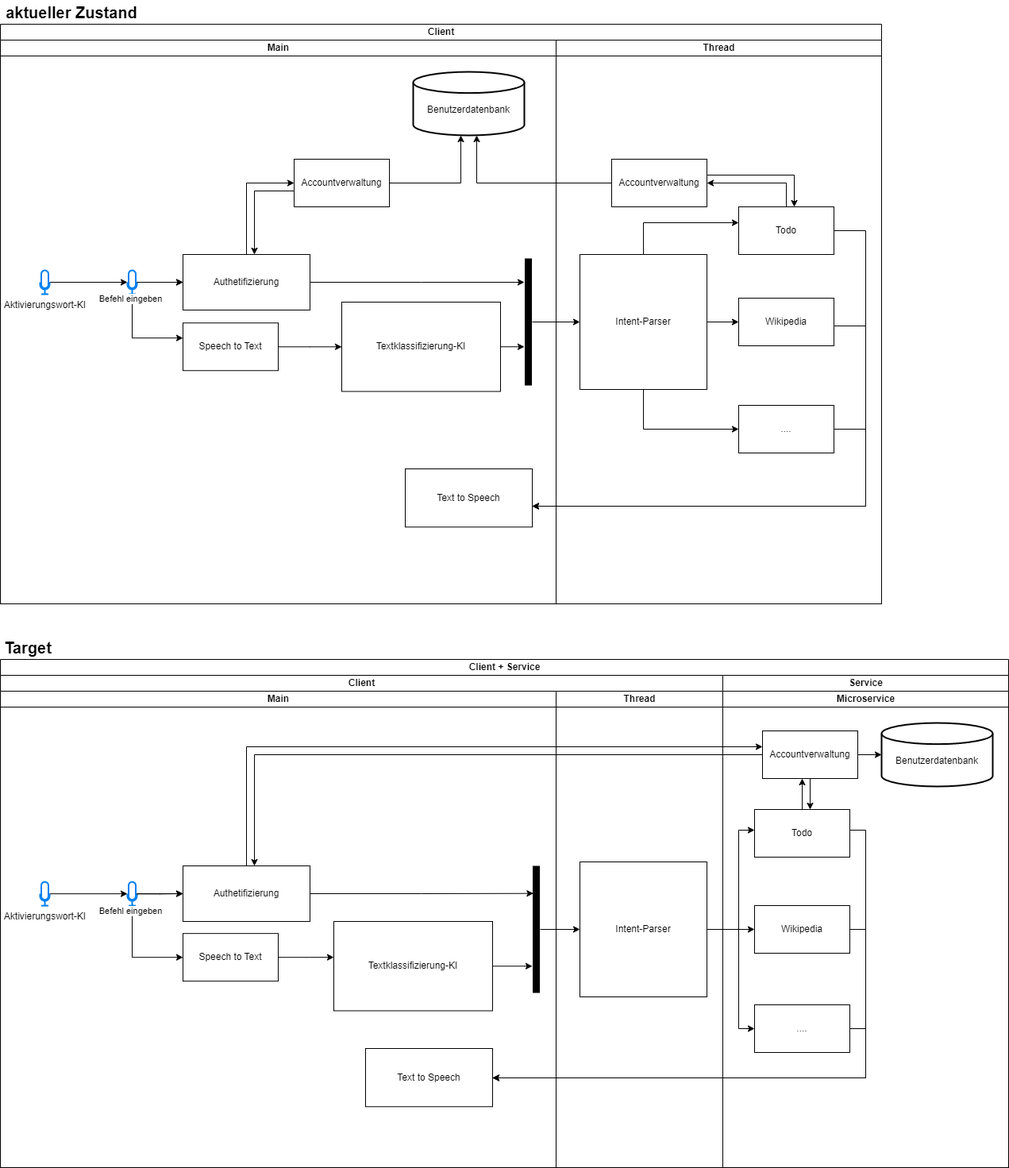
Earlier version of the draw.io export docs/docs_image/aktivitätsdiagramm.drawio.png (anastasia98s/PS2). Source tidied: cells renumbered, new cells last; positions are measured from the earlier drawing's top-left corner, leaving out a move shared by most shapes.
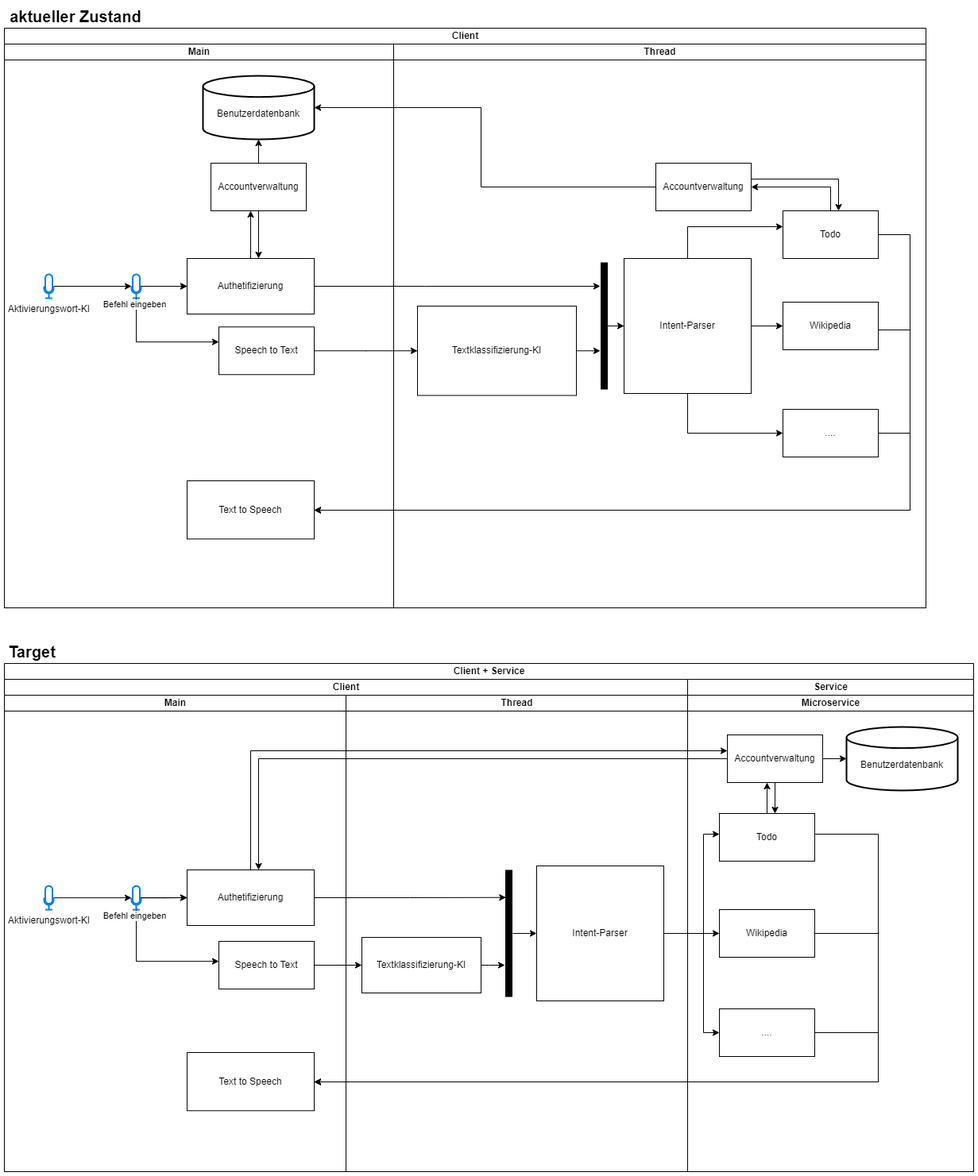
The same file after the commit.

What changed in the source:
```diff
@@ -3,46 +3,28 @@
     <mxCell id="0" />
     <mxCell id="1" parent="0" />
     <mxCell id="2" value="Client" style="swimlane;startSize=20;html=1;" parent="1" vertex="1">
-      <mxGeometry y="30" width="1110" height="730" as="geometry" />
+      <mxGeometry y="30" width="1160" height="730" as="geometry" />
     </mxCell>
     <mxCell id="3" value="Main" style="swimlane;startSize=20;html=1;" parent="2" vertex="1">
-      <mxGeometry y="20" width="700" height="710" as="geometry" />
+      <mxGeometry y="20" width="490" height="710" as="geometry" />
     </mxCell>
     <mxCell id="4" value="Text to Speech" style="rounded=0;whiteSpace=wrap;html=1;" parent="3" vertex="1">
-      <mxGeometry x="510" y="540" width="160" height="73.3" as="geometry" />
+      <mxGeometry x="230" y="550" width="160" height="73.3" as="geometry" />
     </mxCell>
     <mxCell id="5" style="edgeStyle=orthogonalEdgeStyle;rounded=0;jettySize=auto;html=1;" parent="3" edge="1" source="6" target="7">
-      <mxGeometry relative="1" as="geometry">
-        <Array as="points">
-          <mxPoint x="580" y="180" />
-        </Array>
-      </mxGeometry>
+      <mxGeometry relative="1" as="geometry" />
     </mxCell>
     <mxCell id="6" value="Accountverwaltung" style="rounded=0;whiteSpace=wrap;html=1;" parent="3" vertex="1">
-      <mxGeometry x="370" y="150" width="120" height="60" as="geometry" />
+      <mxGeometry x="260" y="150" width="120" height="60" as="geometry" />
     </mxCell>
     <mxCell id="7" value="&lt;br&gt;Benutzerdatenbank" style="strokeWidth=2;html=1;shape=mxgraph.flowchart.database;whiteSpace=wrap;" parent="3" vertex="1">
-      <mxGeometry x="520" y="40" width="140" height="80" as="geometry" />
+      <mxGeometry x="250" y="40" width="140" height="80" as="geometry" />
     </mxCell>
-    <mxCell id="8" style="edgeStyle=orthogonalEdgeStyle;rounded=0;jettySize=auto;html=1;" parent="3" edge="1" source="9" target="23">
-      <mxGeometry relative="1" as="geometry">
-        <Array as="points">
-          <mxPoint x="660" y="386" />
-          <mxPoint x="660" y="386" />
-        </Array>
-      </mxGeometry>
-    </mxCell>
-    <mxCell id="9" value="Textklassifizierung-KI" style="rounded=0;whiteSpace=wrap;html=1;" parent="3" vertex="1">
-      <mxGeometry x="430" y="330" width="200" height="112.5" as="geometry" />
-    </mxCell>
     <mxCell id="10" style="html=1;verticalLabelPosition=bottom;align=center;labelBackgroundColor=#ffffff;verticalAlign=top;strokeWidth=2;strokeColor=#0080F0;shadow=0;dashed=0;shape=mxgraph.ios7.icons.microphone;" parent="3" vertex="1">
       <mxGeometry x="160" y="290" width="12" height="30" as="geometry" />
     </mxCell>
-    <mxCell id="11" style="edgeStyle=orthogonalEdgeStyle;rounded=0;jettySize=auto;html=1;" parent="3" edge="1" source="12" target="9">
-      <mxGeometry relative="1" as="geometry" />
-    </mxCell>
     <mxCell id="12" value="Speech to Text" style="rounded=0;whiteSpace=wrap;html=1;" parent="3" vertex="1">
-      <mxGeometry x="230" y="356.2" width="120" height="60" as="geometry" />
+      <mxGeometry x="270" y="356.2" width="120" height="60" as="geometry" />
     </mxCell>
     <mxCell id="13" style="edgeStyle=orthogonalEdgeStyle;rounded=0;jettySize=auto;html=1;" parent="3" edge="1" source="10" target="12">
       <mxGeometry relative="1" as="geometry">
@@ -63,14 +45,6 @@
     <mxCell id="17" style="edgeStyle=orthogonalEdgeStyle;rounded=0;jettySize=auto;html=1;" parent="3" edge="1" source="10" target="19">
       <mxGeometry relative="1" as="geometry" />
     </mxCell>
-    <mxCell id="18" style="edgeStyle=orthogonalEdgeStyle;rounded=0;jettySize=auto;html=1;" parent="3" edge="1" source="19" target="23">
-      <mxGeometry relative="1" as="geometry">
-        <Array as="points">
-          <mxPoint x="530" y="305" />
-          <mxPoint x="530" y="305" />
-        </Array>
-      </mxGeometry>
-    </mxCell>
     <mxCell id="19" value="Authetifizierung" style="rounded=0;whiteSpace=wrap;html=1;" parent="3" vertex="1">
       <mxGeometry x="230" y="270" width="160" height="70" as="geometry" />
     </mxCell>
@@ -91,79 +65,93 @@
     <mxCell id="22" style="edgeStyle=orthogonalEdgeStyle;rounded=0;jettySize=auto;html=1;" parent="3" edge="1" source="10" target="19">
       <mxGeometry relative="1" as="geometry" />
     </mxCell>
-    <mxCell id="23" style="line;strokeWidth=9;direction=south;html=1;" parent="3" vertex="1">
-      <mxGeometry x="660" y="275" width="10" height="160" as="geometry" />
-    </mxCell>
     <mxCell id="24" value="Thread" style="swimlane;startSize=20;html=1;" parent="2" vertex="1">
-      <mxGeometry x="700" y="20" width="410" height="710" as="geometry" />
+      <mxGeometry x="490" y="20" width="670" height="710" as="geometry" />
     </mxCell>
     <mxCell id="25" value="Intent-Parser" style="rounded=0;whiteSpace=wrap;html=1;" parent="24" vertex="1">
-      <mxGeometry x="30" y="270" width="160" height="170" as="geometry" />
+      <mxGeometry x="290" y="270" width="160" height="170" as="geometry" />
     </mxCell>
     <mxCell id="26" style="edgeStyle=orthogonalEdgeStyle;rounded=0;jettySize=auto;html=1;" parent="24" edge="1" source="27" target="34">
       <mxGeometry relative="1" as="geometry">
         <Array as="points">
-          <mxPoint x="290" y="180" />
+          <mxPoint x="550" y="180" />
         </Array>
       </mxGeometry>
     </mxCell>
     <mxCell id="27" value="Todo" style="rounded=0;whiteSpace=wrap;html=1;" parent="24" vertex="1">
-      <mxGeometry x="230" y="210" width="120" height="60" as="geometry" />
+      <mxGeometry x="490" y="210" width="120" height="60" as="geometry" />
     </mxCell>
     <mxCell id="28" style="edgeStyle=orthogonalEdgeStyle;rounded=0;jettySize=auto;html=1;" parent="24" edge="1" source="25" target="27">
       <mxGeometry relative="1" as="geometry">
         <Array as="points">
-          <mxPoint x="110" y="230" />
+          <mxPoint x="370" y="230" />
         </Array>
       </mxGeometry>
     </mxCell>
     <mxCell id="29" value="Wikipedia" style="rounded=0;whiteSpace=wrap;html=1;" parent="24" vertex="1">
-      <mxGeometry x="230" y="325" width="120" height="60" as="geometry" />
+      <mxGeometry x="490" y="325" width="120" height="60" as="geometry" />
     </mxCell>
     <mxCell id="30" style="edgeStyle=orthogonalEdgeStyle;rounded=0;jettySize=auto;html=1;" parent="24" edge="1" source="25" target="29">
       <mxGeometry relative="1" as="geometry" />
     </mxCell>
     <mxCell id="31" value="...." style="rounded=0;whiteSpace=wrap;html=1;" parent="24" vertex="1">
-      <mxGeometry x="230" y="460" width="120" height="60" as="geometry" />
+      <mxGeometry x="490" y="460" width="120" height="60" as="geometry" />
     </mxCell>
     <mxCell id="32" style="edgeStyle=orthogonalEdgeStyle;rounded=0;jettySize=auto;html=1;" parent="24" edge="1" source="25" target="31">
       <mxGeometry relative="1" as="geometry">
         <Array as="points">
-          <mxPoint x="110" y="490" />
+          <mxPoint x="370" y="490" />
         </Array>
       </mxGeometry>
     </mxCell>
     <mxCell id="33" style="edgeStyle=orthogonalEdgeStyle;rounded=0;jettySize=auto;html=1;" parent="24" edge="1" source="34" target="27">
       <mxGeometry relative="1" as="geometry">
         <Array as="points">
-          <mxPoint x="300" y="170" />
+          <mxPoint x="560" y="170" />
         </Array>
       </mxGeometry>
     </mxCell>
     <mxCell id="34" value="Accountverwaltung" style="rounded=0;whiteSpace=wrap;html=1;" parent="24" vertex="1">
-      <mxGeometry x="70" y="150" width="120" height="60" as="geometry" />
+      <mxGeometry x="330" y="150" width="120" height="60" as="geometry" />
     </mxCell>
+    <mxCell id="23" style="line;strokeWidth=9;direction=south;html=1;" parent="24" vertex="1">
+      <mxGeometry x="260" y="275" width="10" height="160" as="geometry" />
+    </mxCell>
+    <mxCell id="39" style="edgeStyle=orthogonalEdgeStyle;rounded=0;jettySize=auto;html=1;" parent="24" edge="1" source="23" target="25">
+      <mxGeometry relative="1" as="geometry" />
+    </mxCell>
+    <mxCell id="8" style="edgeStyle=orthogonalEdgeStyle;rounded=0;jettySize=auto;html=1;" parent="24" edge="1" source="9" target="23">
+      <mxGeometry relative="1" as="geometry">
+        <Array as="points">
+          <mxPoint x="250" y="386" />
+          <mxPoint x="250" y="386" />
+        </Array>
+      </mxGeometry>
+    </mxCell>
+    <mxCell id="9" value="Textklassifizierung-KI" style="rounded=0;whiteSpace=wrap;html=1;" parent="24" vertex="1">
+      <mxGeometry x="30" y="330" width="200" height="112.5" as="geometry" />
+    </mxCell>
     <mxCell id="35" style="edgeStyle=orthogonalEdgeStyle;rounded=0;jettySize=auto;html=1;" parent="2" edge="1" source="27" target="4">
       <mxGeometry relative="1" as="geometry">
         <Array as="points">
-          <mxPoint x="1090" y="260" />
-          <mxPoint x="1090" y="607" />
+          <mxPoint x="1140" y="260" />
+          <mxPoint x="1140" y="607" />
         </Array>
       </mxGeometry>
     </mxCell>
     <mxCell id="36" style="edgeStyle=orthogonalEdgeStyle;rounded=0;jettySize=auto;html=1;" parent="2" edge="1" source="29" target="4">
       <mxGeometry relative="1" as="geometry">
         <Array as="points">
-          <mxPoint x="1090" y="380" />
-          <mxPoint x="1090" y="607" />
+          <mxPoint x="1140" y="380" />
+          <mxPoint x="1140" y="607" />
         </Array>
       </mxGeometry>
     </mxCell>
     <mxCell id="37" style="edgeStyle=orthogonalEdgeStyle;rounded=0;jettySize=auto;html=1;" parent="2" edge="1" source="31" target="4">
       <mxGeometry relative="1" as="geometry">
         <Array as="points">
-          <mxPoint x="1090" y="510" />
-          <mxPoint x="1090" y="607" />
+          <mxPoint x="1140" y="510" />
+          <mxPoint x="1140" y="607" />
         </Array>
       </mxGeometry>
     </mxCell>
@@ -174,23 +162,31 @@
         </Array>
       </mxGeometry>
     </mxCell>
-    <mxCell id="39" style="edgeStyle=orthogonalEdgeStyle;rounded=0;jettySize=auto;html=1;" parent="2" edge="1" source="23" target="25">
-      <mxGeometry relative="1" as="geometry" />
-    </mxCell>
+    <mxCell id="18" style="edgeStyle=orthogonalEdgeStyle;rounded=0;jettySize=auto;html=1;" parent="2" edge="1" source="19" target="23">
+      <mxGeometry relative="1" as="geometry">
+        <Array as="points">
+          <mxPoint x="530" y="325" />
+          <mxPoint x="530" y="325" />
+        </Array>
+      </mxGeometry>
+    </mxCell>
+    <mxCell id="11" style="edgeStyle=orthogonalEdgeStyle;rounded=0;jettySize=auto;html=1;" parent="2" edge="1" source="12" target="9">
+      <mxGeometry relative="1" as="geometry" />
+    </mxCell>
     <mxCell id="40" value="Client + Service" style="swimlane;startSize=20;html=1;" parent="1" vertex="1">
-      <mxGeometry y="830" width="1270" height="640" as="geometry" />
+      <mxGeometry y="830" width="1220" height="640" as="geometry" />
     </mxCell>
     <mxCell id="41" value="Client" style="swimlane;startSize=20;html=1;" parent="40" vertex="1">
-      <mxGeometry y="20" width="910" height="620" as="geometry" />
+      <mxGeometry y="20" width="860" height="620" as="geometry" />
     </mxCell>
     <mxCell id="42" value="Main" style="swimlane;startSize=20;html=1;" parent="41" vertex="1">
-      <mxGeometry y="20" width="700" height="600" as="geometry" />
+      <mxGeometry y="20" width="430" height="600" as="geometry" />
     </mxCell>
     <mxCell id="43" style="html=1;verticalLabelPosition=bottom;align=center;labelBackgroundColor=#ffffff;verticalAlign=top;strokeWidth=2;strokeColor=#0080F0;shadow=0;dashed=0;shape=mxgraph.ios7.icons.microphone;" parent="42" vertex="1">
       <mxGeometry x="160" y="240.2" width="12" height="30" as="geometry" />
     </mxCell>
     <mxCell id="44" value="Speech to Text" style="rounded=0;whiteSpace=wrap;html=1;" parent="42" vertex="1">
-      <mxGeometry x="230" y="305.2" width="120" height="60" as="geometry" />
+      <mxGeometry x="270" y="310" width="120" height="60" as="geometry" />
     </mxCell>
     <mxCell id="45" style="edgeStyle=orthogonalEdgeStyle;rounded=0;jettySize=auto;html=1;" parent="42" edge="1" source="43" target="44">
       <mxGeometry relative="1" as="geometry">
@@ -202,20 +198,6 @@
     <mxCell id="46" value="Befehl eingeben" style="edgeLabel;html=1;align=center;verticalAlign=middle;" parent="45" vertex="1">
       <mxGeometry x="-0.91" y="-3" relative="1" as="geometry" />
     </mxCell>
-    <mxCell id="47" style="edgeStyle=orthogonalEdgeStyle;rounded=0;jettySize=auto;html=1;" parent="42" edge="1" source="48" target="56">
-      <mxGeometry relative="1" as="geometry">
-        <Array as="points">
-          <mxPoint x="660" y="346" />
-          <mxPoint x="660" y="346" />
-        </Array>
-      </mxGeometry>
-    </mxCell>
-    <mxCell id="48" value="Textklassifizierung-KI" style="rounded=0;whiteSpace=wrap;html=1;" parent="42" vertex="1">
-      <mxGeometry x="420" y="290" width="200" height="112.5" as="geometry" />
-    </mxCell>
-    <mxCell id="49" style="edgeStyle=orthogonalEdgeStyle;rounded=0;jettySize=auto;html=1;entryX=0;entryY=0.401;entryDx=0;entryDy=0;entryPerimeter=0;" parent="42" edge="1" source="44" target="48">
-      <mxGeometry relative="1" as="geometry" />
-    </mxCell>
     <mxCell id="50" style="edgeStyle=orthogonalEdgeStyle;rounded=0;jettySize=auto;html=1;" parent="42" edge="1" source="51" target="43">
       <mxGeometry relative="1" as="geometry" />
     </mxCell>
@@ -225,32 +207,46 @@
     <mxCell id="52" style="edgeStyle=orthogonalEdgeStyle;rounded=0;jettySize=auto;html=1;" parent="42" edge="1" source="43" target="54">
       <mxGeometry relative="1" as="geometry" />
     </mxCell>
-    <mxCell id="53" style="edgeStyle=orthogonalEdgeStyle;rounded=0;jettySize=auto;html=1;entryX=0.217;entryY=0.861;entryDx=0;entryDy=0;entryPerimeter=0;" parent="42" edge="1" source="54" target="56">
-      <mxGeometry relative="1" as="geometry" />
-    </mxCell>
     <mxCell id="54" value="Authetifizierung" style="rounded=0;whiteSpace=wrap;html=1;" parent="42" vertex="1">
       <mxGeometry x="230" y="220" width="160" height="70" as="geometry" />
     </mxCell>
     <mxCell id="55" style="edgeStyle=orthogonalEdgeStyle;rounded=0;jettySize=auto;html=1;" parent="42" edge="1" source="43" target="54">
       <mxGeometry relative="1" as="geometry" />
     </mxCell>
-    <mxCell id="56" style="line;strokeWidth=9;direction=south;html=1;" parent="42" vertex="1">
-      <mxGeometry x="670" y="220" width="10" height="160" as="geometry" />
-    </mxCell>
     <mxCell id="57" value="Text to Speech" style="rounded=0;whiteSpace=wrap;html=1;" parent="42" vertex="1">
-      <mxGeometry x="460" y="450" width="160" height="73.3" as="geometry" />
+      <mxGeometry x="230" y="450" width="160" height="73.3" as="geometry" />
     </mxCell>
     <mxCell id="58" value="Thread" style="swimlane;startSize=20;html=1;" parent="41" vertex="1">
-      <mxGeometry x="700" y="20" width="210" height="600" as="geometry" />
+      <mxGeometry x="430" y="20" width="430" height="600" as="geometry" />
     </mxCell>
     <mxCell id="59" value="Intent-Parser" style="rounded=0;whiteSpace=wrap;html=1;" parent="58" vertex="1">
-      <mxGeometry x="30" y="215" width="160" height="170" as="geometry" />
+      <mxGeometry x="240" y="215" width="160" height="170" as="geometry" />
     </mxCell>
+    <mxCell id="56" style="line;strokeWidth=9;direction=south;html=1;" parent="58" vertex="1">
+      <mxGeometry x="200" y="220" width="10" height="160" as="geometry" />
+    </mxCell>
-    <mxCell id="60" style="edgeStyle=orthogonalEdgeStyle;rounded=0;jettySize=auto;html=1;" parent="41" edge="1" source="56" target="59">
+    <mxCell id="60" style="edgeStyle=orthogonalEdgeStyle;rounded=0;jettySize=auto;html=1;" parent="58" edge="1" source="56" target="59">
       <mxGeometry relative="1" as="geometry" />
     </mxCell>
+    <mxCell id="47" style="edgeStyle=orthogonalEdgeStyle;rounded=0;jettySize=auto;html=1;" parent="58" edge="1" source="48" target="56">
+      <mxGeometry relative="1" as="geometry">
+        <Array as="points">
+          <mxPoint x="180" y="340" />
+          <mxPoint x="180" y="340" />
+        </Array>
+      </mxGeometry>
+    </mxCell>
+    <mxCell id="48" value="Textklassifizierung-KI" style="rounded=0;whiteSpace=wrap;html=1;" parent="58" vertex="1">
+      <mxGeometry x="20" y="305" width="150" height="70" as="geometry" />
+    </mxCell>
+    <mxCell id="53" style="edgeStyle=orthogonalEdgeStyle;rounded=0;jettySize=auto;html=1;entryX=0.217;entryY=0.861;entryDx=0;entryDy=0;entryPerimeter=0;" parent="41" edge="1" source="54" target="56">
+      <mxGeometry relative="1" as="geometry" />
+    </mxCell>
+    <mxCell id="49" style="edgeStyle=orthogonalEdgeStyle;rounded=0;jettySize=auto;html=1;" parent="41" edge="1" source="44" target="48">
+      <mxGeometry relative="1" as="geometry" />
+    </mxCell>
     <mxCell id="61" value="Service" style="swimlane;startSize=20;html=1;" parent="40" vertex="1">
-      <mxGeometry x="910" y="20" width="360" height="620" as="geometry" />
+      <mxGeometry x="860" y="20" width="360" height="620" as="geometry" />
     </mxCell>
     <mxCell id="62" value="Microservice" style="swimlane;startSize=20;html=1;" parent="61" vertex="1">
       <mxGeometry y="20" width="360" height="600" as="geometry" />
@@ -307,40 +303,40 @@
     <mxCell id="74" style="edgeStyle=orthogonalEdgeStyle;rounded=0;jettySize=auto;html=1;" parent="40" edge="1" source="59" target="63">
       <mxGeometry relative="1" as="geometry">
         <Array as="points">
-          <mxPoint x="930" y="340" />
-          <mxPoint x="930" y="215" />
+          <mxPoint x="880" y="340" />
+          <mxPoint x="880" y="215" />
         </Array>
       </mxGeometry>
     </mxCell>
     <mxCell id="75" style="edgeStyle=orthogonalEdgeStyle;rounded=0;jettySize=auto;html=1;" parent="40" edge="1" source="59" target="65">
       <mxGeometry relative="1" as="geometry">
         <Array as="points">
-          <mxPoint x="930" y="340" />
-          <mxPoint x="930" y="465" />
+          <mxPoint x="880" y="340" />
+          <mxPoint x="880" y="465" />
         </Array>
       </mxGeometry>
     </mxCell>
     <mxCell id="76" style="edgeStyle=orthogonalEdgeStyle;rounded=0;jettySize=auto;html=1;" parent="40" edge="1" source="63" target="57">
       <mxGeometry relative="1" as="geometry">
         <Array as="points">
-          <mxPoint x="1090" y="215" />
-          <mxPoint x="1090" y="527" />
+          <mxPoint x="1100" y="215" />
+          <mxPoint x="1100" y="527" />
         </Array>
       </mxGeometry>
     </mxCell>
     <mxCell id="77" style="edgeStyle=orthogonalEdgeStyle;rounded=0;jettySize=auto;html=1;" parent="40" edge="1" source="64" target="57">
       <mxGeometry relative="1" as="geometry">
         <Array as="points">
-          <mxPoint x="1090" y="340" />
-          <mxPoint x="1090" y="527" />
+          <mxPoint x="1100" y="340" />
+          <mxPoint x="1100" y="527" />
         </Array>
       </mxGeometry>
     </mxCell>
     <mxCell id="78" style="edgeStyle=orthogonalEdgeStyle;rounded=0;jettySize=auto;html=1;" parent="40" edge="1" source="65" target="57">
       <mxGeometry relative="1" as="geometry">
         <Array as="points">
-          <mxPoint x="1090" y="465" />
-          <mxPoint x="1090" y="527" />
+          <mxPoint x="1100" y="465" />
+          <mxPoint x="1100" y="527" />
         </Array>
       </mxGeometry>
     </mxCell>
```
